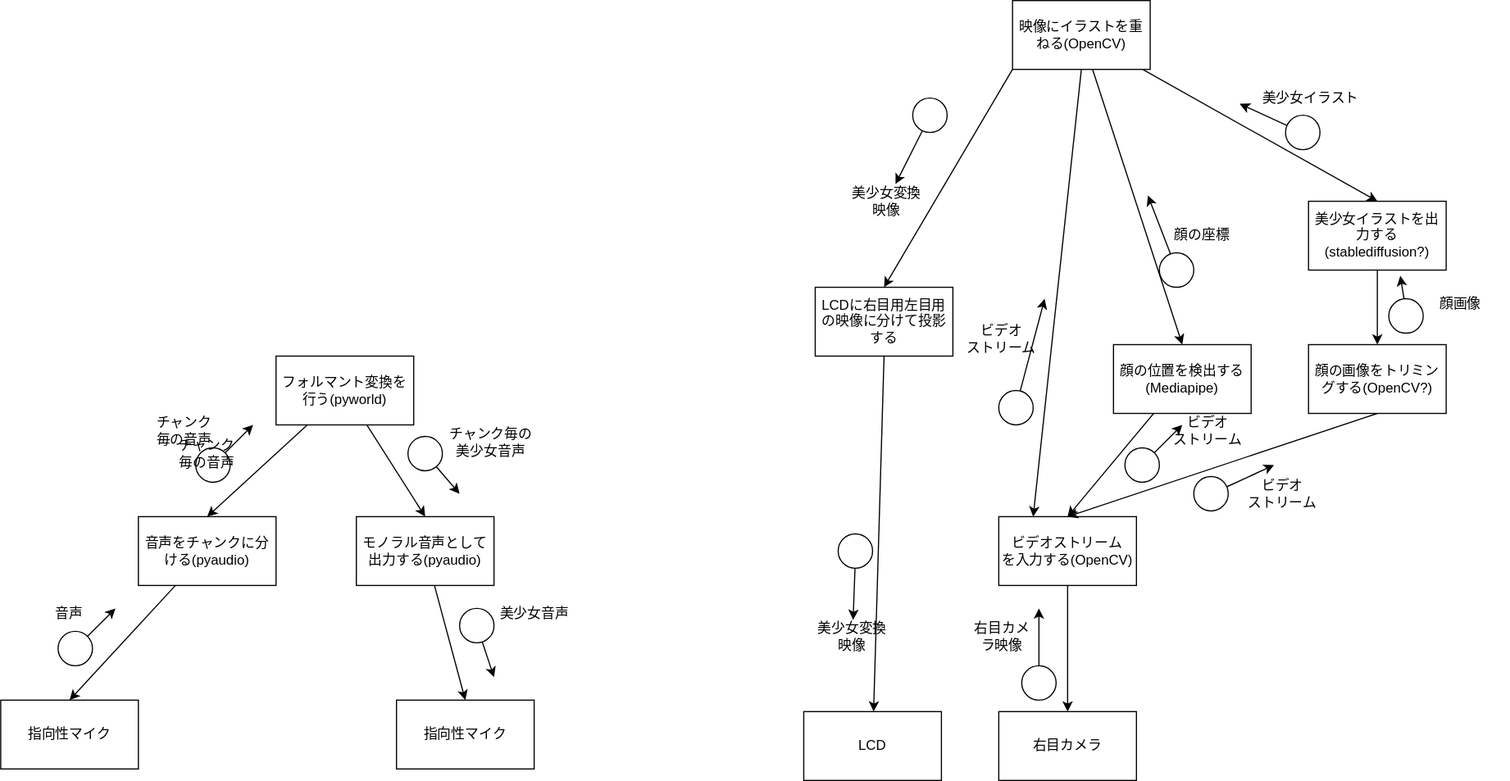
Earlier version of the draw.io export 人類ギャルゲー化計画/images/modulestructure.drawio.svg (gakutosasabe/HearExpansion). Source tidied: cells renumbered, new cells last; positions are measured from the earlier drawing's top-left corner, leaving out a move shared by most shapes.
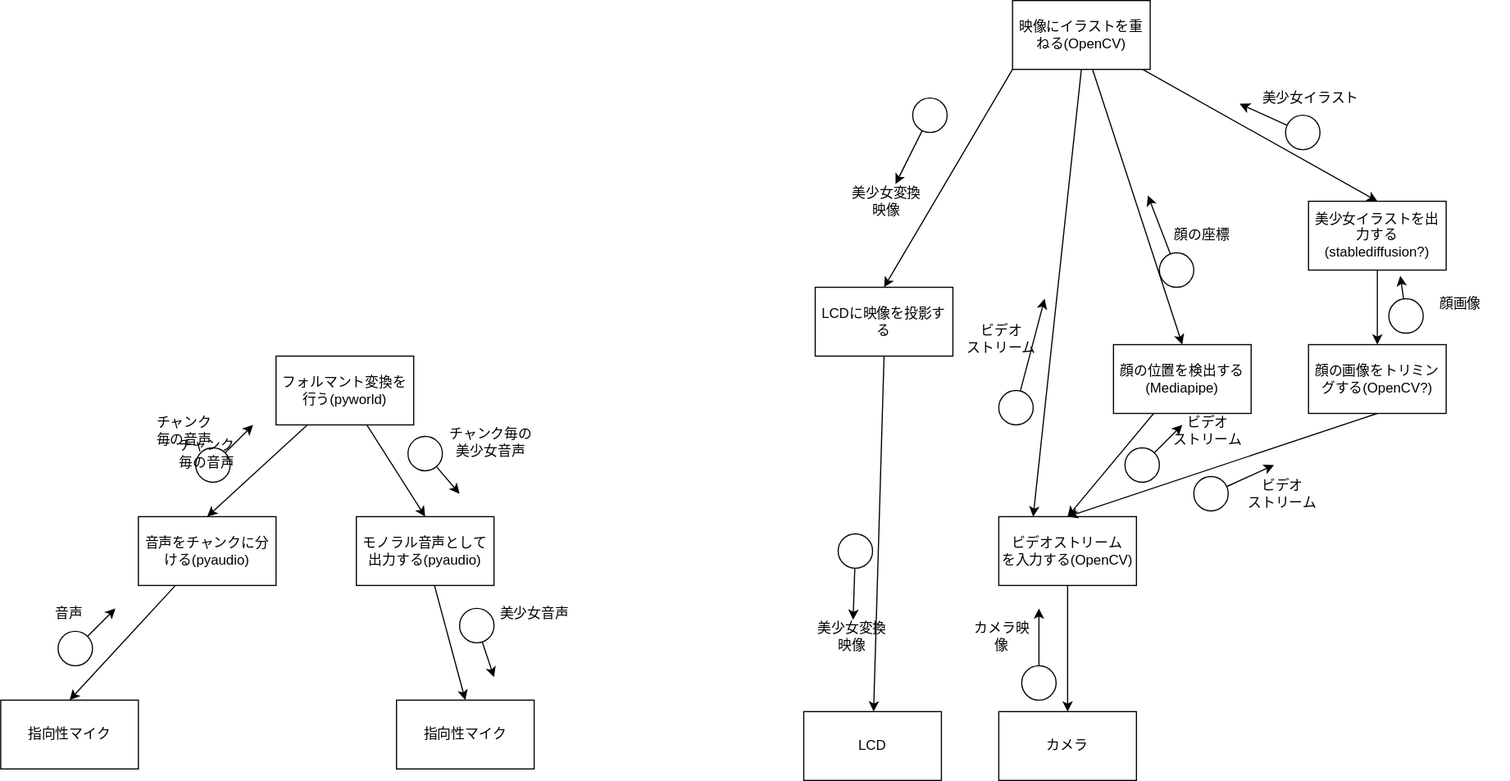
After the commit.

The edit, as a diff of the source:
```diff
@@ -77,7 +77,7 @@
     <mxCell id="23" value="美少女音声" style="text;html=1;strokeColor=none;fillColor=none;align=center;verticalAlign=middle;whiteSpace=wrap;rounded=0;" parent="1" vertex="1">
       <mxGeometry x="423" y="520" width="85" height="30" as="geometry" />
     </mxCell>
-    <mxCell id="24" value="右目カメラ" style="rounded=0;whiteSpace=wrap;html=1;" parent="1" vertex="1">
+    <mxCell id="24" value="カメラ" style="rounded=0;whiteSpace=wrap;html=1;" parent="1" vertex="1">
       <mxGeometry x="870" y="620" width="120" height="60" as="geometry" />
     </mxCell>
     <mxCell id="25" style="edgeStyle=none;html=1;entryX=0.5;entryY=0;entryDx=0;entryDy=0;" parent="1" edge="1" source="26" target="24">
@@ -94,7 +94,7 @@
     <mxCell id="28" style="ellipse;whiteSpace=wrap;html=1;direction=south;" parent="1" vertex="1">
       <mxGeometry x="890" y="580" width="30" height="30" as="geometry" />
     </mxCell>
-    <mxCell id="29" value="右目カメラ映像" style="text;html=1;strokeColor=none;fillColor=none;align=center;verticalAlign=middle;whiteSpace=wrap;rounded=0;" parent="1" vertex="1">
+    <mxCell id="29" value="カメラ映像" style="text;html=1;strokeColor=none;fillColor=none;align=center;verticalAlign=middle;whiteSpace=wrap;rounded=0;" parent="1" vertex="1">
       <mxGeometry x="842.5" y="540" width="60" height="30" as="geometry" />
     </mxCell>
     <mxCell id="30" style="edgeStyle=none;html=1;entryX=0.5;entryY=0;entryDx=0;entryDy=0;" parent="1" edge="1" source="31" target="26">
@@ -211,7 +211,7 @@
     <mxCell id="63" value="美少女変換&lt;br&gt;映像" style="text;html=1;strokeColor=none;fillColor=none;align=center;verticalAlign=middle;whiteSpace=wrap;rounded=0;" parent="1" vertex="1">
       <mxGeometry x="700" y="540" width="85" height="30" as="geometry" />
     </mxCell>
-    <mxCell id="64" value="LCDに右目用左目用の映像に分けて投影する" style="rounded=0;whiteSpace=wrap;html=1;" parent="1" vertex="1">
+    <mxCell id="64" value="LCDに映像を投影する" style="rounded=0;whiteSpace=wrap;html=1;" parent="1" vertex="1">
       <mxGeometry x="710" y="250" width="120" height="60" as="geometry" />
     </mxCell>
     <mxCell id="65" style="edgeStyle=none;html=1;" parent="1" edge="1" source="66" target="67">
```
